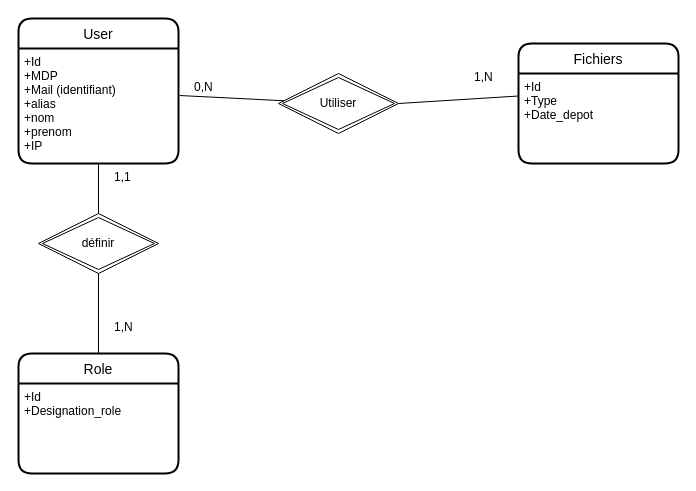
The draw.io diagram MCD.Drawio in ElphP/Appli-EPRD_Drive_API, before the edit. Source tidied: cells renumbered, new cells numbered last; positions are measured from the earlier drawing's top-left corner, leaving out a move shared by most shapes. Both pictures are drawn from the tidied source at 100%, with x=0, y=0 at pixel (18, 18).
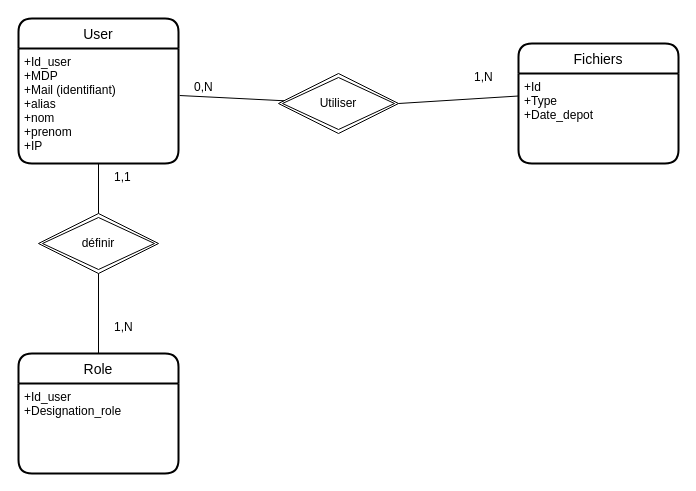
Above is the later version.

Commit message:
modification des noms d'id sur MCD

The edit, as a diff of the source:
```diff
@@
 <mxGraphModel>
   <root>
     <mxCell id="0" />
     <mxCell id="1" parent="0" />
     <mxCell id="2" value="User" style="swimlane;horizontal=1;startSize=30;rounded=1;fontSize=14;fontStyle=0;strokeWidth=2;shadow=0;dashed=0;align=center;" parent="1" vertex="1">
       <mxGeometry width="160" height="145" as="geometry" />
     </mxCell>
-    <mxCell id="3" value="+Id&#10;+MDP&#10;+Mail (identifiant)&#10;+alias&#10;+nom&#10;+prenom&#10;+IP&#10;" style="align=left;strokeColor=none;fillColor=none;spacingLeft=4;fontSize=12;verticalAlign=top;" parent="2" vertex="1">
+    <mxCell id="3" value="+Id_user&#10;+MDP&#10;+Mail (identifiant)&#10;+alias&#10;+nom&#10;+prenom&#10;+IP&#10;" style="align=left;strokeColor=none;fillColor=none;spacingLeft=4;fontSize=12;verticalAlign=top;" parent="2" vertex="1">
       <mxGeometry y="30" width="160" height="115" as="geometry" />
     </mxCell>
     <mxCell id="4" value="Fichiers" style="swimlane;horizontal=1;startSize=30;rounded=1;fontSize=14;fontStyle=0;strokeWidth=2;shadow=0;dashed=0;align=center;" parent="1" vertex="1">
       <mxGeometry x="500" y="25" width="160" height="120" as="geometry" />
     </mxCell>
     <mxCell id="5" value="+Id&#10;+Type&#10;+Date_depot" style="align=left;strokeColor=none;fillColor=none;spacingLeft=4;fontSize=12;verticalAlign=top;" parent="4" vertex="1">
       <mxGeometry y="30" width="160" height="90" as="geometry" />
     </mxCell>
     <mxCell id="6" value="Role" style="swimlane;horizontal=1;startSize=30;rounded=1;fontSize=14;fontStyle=0;strokeWidth=2;shadow=0;dashed=0;align=center;" parent="1" vertex="1">
       <mxGeometry y="335" width="160" height="120" as="geometry" />
     </mxCell>
-    <mxCell id="7" value="+Id&#10;+Designation_role&#10;" style="align=left;strokeColor=none;fillColor=none;spacingLeft=4;fontSize=12;verticalAlign=top;" parent="6" vertex="1">
+    <mxCell id="7" value="+Id_user&#10;+Designation_role&#10;" style="align=left;strokeColor=none;fillColor=none;spacingLeft=4;fontSize=12;verticalAlign=top;" parent="6" vertex="1">
       <mxGeometry y="30" width="160" height="90" as="geometry" />
     </mxCell>
     <mxCell id="8" value="définir" style="shape=rhombus;double=1;perimeter=rhombusPerimeter;whiteSpace=wrap;html=1;align=center;" parent="1" vertex="1">
       <mxGeometry x="20" y="195" width="120" height="60" as="geometry" />
     </mxCell>
     <mxCell id="9" style="endArrow=none;html=1;rounded=0;exitX=0.5;exitY=0;exitDx=0;exitDy=0;entryX=0.5;entryY=1;entryDx=0;entryDy=0;" parent="1" edge="1" source="6" target="8">
       <mxGeometry relative="1" as="geometry" />
     </mxCell>
     <mxCell id="10" style="endArrow=none;html=1;rounded=0;exitX=0.5;exitY=0;exitDx=0;exitDy=0;entryX=0.5;entryY=1;entryDx=0;entryDy=0;" parent="1" edge="1" source="8" target="3">
       <mxGeometry relative="1" as="geometry" />
     </mxCell>
     <mxCell id="11" value="1,1" style="text;strokeColor=none;fillColor=none;align=left;verticalAlign=top;spacingLeft=4;spacingRight=4;overflow=hidden;whiteSpace=wrap;html=1;" parent="1" vertex="1">
       <mxGeometry x="90" y="145" width="60" height="26" as="geometry" />
     </mxCell>
     <mxCell id="12" value="1,N" style="text;strokeColor=none;fillColor=none;spacingLeft=4;spacingRight=4;overflow=hidden;fontSize=12;" parent="1" vertex="1">
       <mxGeometry x="90" y="295" width="40" height="30" as="geometry" />
     </mxCell>
     <mxCell id="13" value="Utiliser" style="shape=rhombus;double=1;perimeter=rhombusPerimeter;whiteSpace=wrap;html=1;align=center;" parent="1" vertex="1">
       <mxGeometry x="260" y="55" width="120" height="60" as="geometry" />
     </mxCell>
     <mxCell id="14" style="endArrow=none;html=1;rounded=0;exitX=1.008;exitY=0.409;exitDx=0;exitDy=0;exitPerimeter=0;" parent="1" edge="1" source="3" target="13">
       <mxGeometry relative="1" as="geometry" />
     </mxCell>
     <mxCell id="15" style="endArrow=none;html=1;rounded=0;exitX=1;exitY=0.5;exitDx=0;exitDy=0;entryX=0;entryY=0.25;entryDx=0;entryDy=0;" parent="1" edge="1" source="13" target="5">
       <mxGeometry relative="1" as="geometry" />
     </mxCell>
     <mxCell id="16" value="1,N" style="text;strokeColor=none;fillColor=none;spacingLeft=4;spacingRight=4;overflow=hidden;fontSize=12;" parent="1" vertex="1">
       <mxGeometry x="450" y="45" width="40" height="30" as="geometry" />
     </mxCell>
     <mxCell id="17" value="0,N" style="text;strokeColor=none;fillColor=none;spacingLeft=4;spacingRight=4;overflow=hidden;fontSize=12;" parent="1" vertex="1">
       <mxGeometry x="170" y="55" width="40" height="30" as="geometry" />
     </mxCell>
   </root>
 </mxGraphModel>
```
